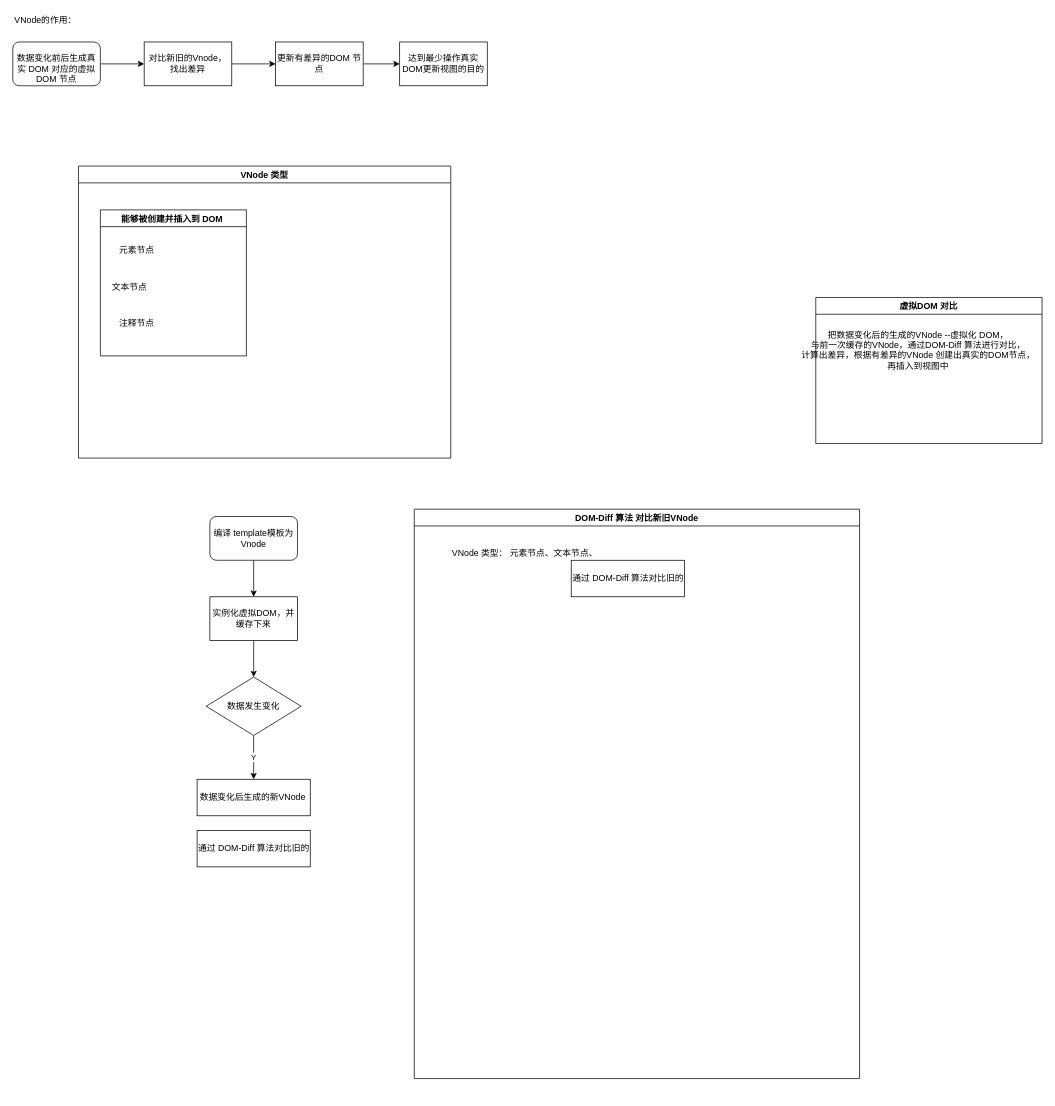
Earlier version of the draw.io diagram Untitled Diagram.drawio (orangegzx/gzx). Source tidied: cells renumbered, new cells numbered last; positions are measured from the earlier drawing's top-left corner, leaving out a move shared by most shapes. Both pictures are drawn from the tidied source at 73%, with x=0, y=0 at pixel (12, 12).
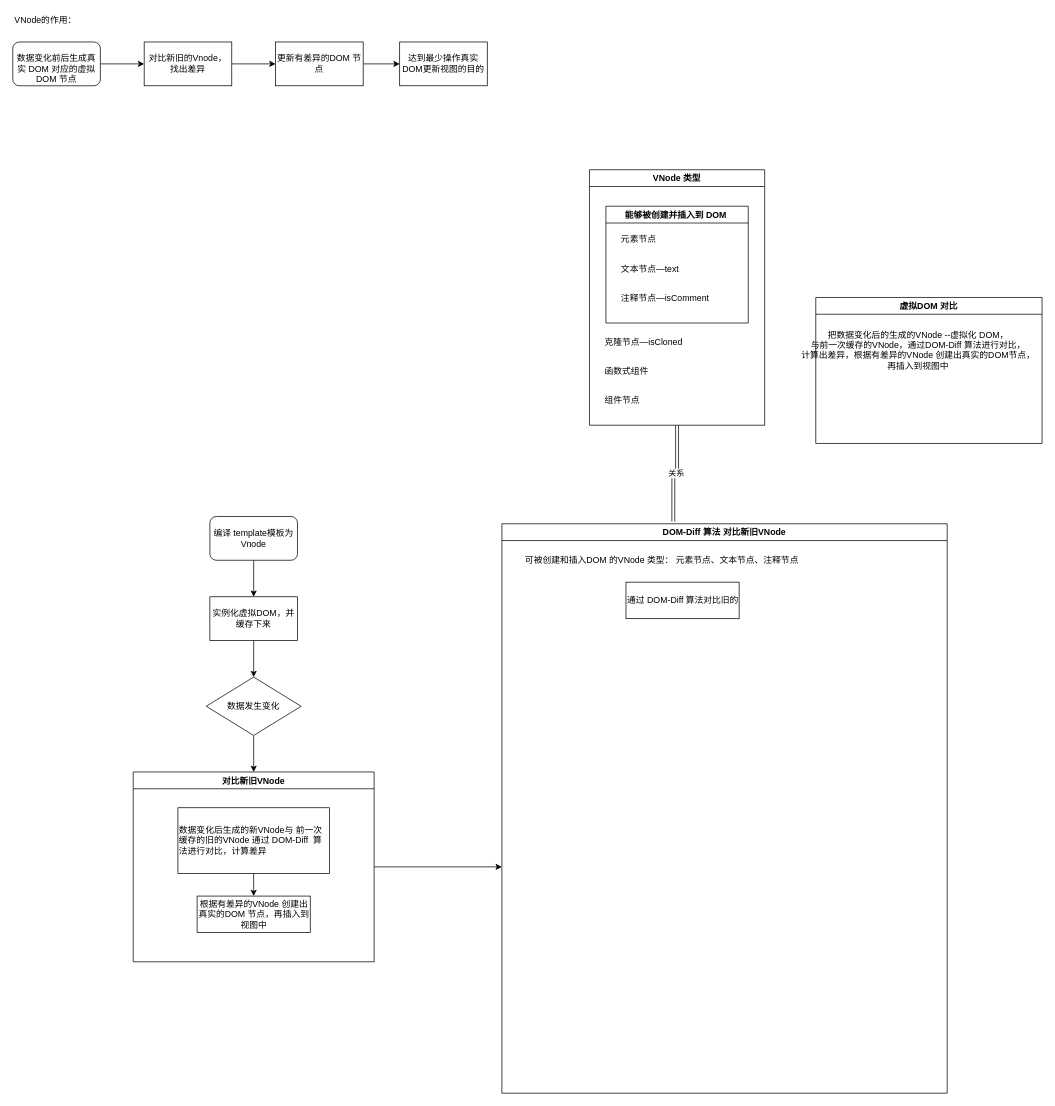
The same page after the edit.

Unchanged cells that the change refers to:
```xml
<mxCell id="9" value="&lt;span&gt;数据发生变化&lt;/span&gt;" style="rhombus;whiteSpace=wrap;html=1;" parent="1" vertex="1">
  <mxGeometry x="265" y="910" width="130" height="80" as="geometry" />
</mxCell>
```

What changed in the source:
```diff
@@
-    <mxCell id="8" value="Y&lt;br&gt;" style="edgeStyle=orthogonalEdgeStyle;rounded=0;jettySize=auto;html=1;entryX=0.5;entryY=0;entryDx=0;entryDy=0;" parent="1" edge="1" source="9">
-      <mxGeometry relative="1" as="geometry">
-        <mxPoint x="330" y="1050" as="targetPoint" />
-      </mxGeometry>
-    </mxCell>
+    <mxCell id="28" style="edgeStyle=orthogonalEdgeStyle;rounded=0;jettySize=auto;html=1;exitX=0.5;exitY=1;exitDx=0;exitDy=0;" parent="1" edge="1" source="9" target="35">
+      <mxGeometry relative="1" as="geometry" />
+    </mxCell>
@@
-    <mxCell id="12" value="数据变化后生成的新VNode&amp;nbsp;" style="rounded=0;whiteSpace=wrap;html=1;" parent="1" vertex="1">
-      <mxGeometry x="252.5" y="1050" width="155" height="50" as="geometry" />
-    </mxCell>
@@
-    <mxCell id="19" value="通过 DOM-Diff 算法对比旧的" style="rounded=0;whiteSpace=wrap;html=1;" parent="1" vertex="1">
-      <mxGeometry x="252.5" y="1120" width="155" height="50" as="geometry" />
-    </mxCell>
     <mxCell id="20" value="DOM-Diff 算法 对比新旧VNode" style="swimlane;" parent="1" vertex="1">
-      <mxGeometry x="550" y="680" width="610" height="780" as="geometry" />
+      <mxGeometry x="670" y="700" width="610" height="780" as="geometry" />
     </mxCell>
     <mxCell id="21" value="通过 DOM-Diff 算法对比旧的" style="rounded=0;whiteSpace=wrap;html=1;align=left;" parent="20" vertex="1">
-      <mxGeometry x="215" y="70" width="155" height="50" as="geometry" />
+      <mxGeometry x="170" y="80" width="155" height="50" as="geometry" />
     </mxCell>
-    <mxCell id="22" value="VNode 类型： 元素节点、文本节点、" style="text;html=1;strokeColor=none;fillColor=none;align=left;verticalAlign=middle;whiteSpace=wrap;rounded=0;" parent="20" vertex="1">
-      <mxGeometry x="50" y="50" width="270" height="20" as="geometry" />
+    <mxCell id="22" value="可被创建和插入DOM 的VNode 类型： 元素节点、文本节点、注释节点" style="text;html=1;strokeColor=none;fillColor=none;align=left;verticalAlign=middle;whiteSpace=wrap;rounded=0;" parent="20" vertex="1">
+      <mxGeometry x="30" y="40" width="520" height="20" as="geometry" />
     </mxCell>
+    <mxCell id="29" style="edgeStyle=orthogonalEdgeStyle;rounded=0;jettySize=auto;html=1;entryX=0.385;entryY=-0.004;entryDx=0;entryDy=0;entryPerimeter=0;shape=link;" parent="1" edge="1" source="23" target="20">
+      <mxGeometry relative="1" as="geometry" />
+    </mxCell>
+    <mxCell id="30" value="关系" style="edgeLabel;html=1;align=center;verticalAlign=middle;" parent="29" vertex="1">
+      <mxGeometry x="-0.05" y="-2" relative="1" as="geometry" />
+    </mxCell>
     <mxCell id="23" value="VNode 类型" style="swimlane;" parent="1" vertex="1">
-      <mxGeometry x="90" y="210" width="510" height="400" as="geometry" />
+      <mxGeometry x="790" y="215" width="240" height="350" as="geometry" />
     </mxCell>
     <mxCell id="24" value="能够被创建并插入到 DOM " style="swimlane;" parent="23" vertex="1">
-      <mxGeometry x="30" y="60" width="200" height="200" as="geometry" />
+      <mxGeometry x="22.5" y="50" width="195" height="160" as="geometry" />
     </mxCell>
     <mxCell id="25" value="元素节点" style="text;strokeColor=none;fillColor=none;align=left;verticalAlign=middle;spacingLeft=4;spacingRight=4;overflow=hidden;" parent="24" vertex="1">
-      <mxGeometry x="20" y="40" width="80" height="30" as="geometry" />
+      <mxGeometry x="15" y="30" width="80" height="30" as="geometry" />
     </mxCell>
-    <mxCell id="26" value="文本节点" style="text;strokeColor=none;fillColor=none;align=left;verticalAlign=middle;spacingLeft=4;spacingRight=4;overflow=hidden;" parent="24" vertex="1">
-      <mxGeometry x="10" y="90" width="80" height="30" as="geometry" />
+    <mxCell id="26" value="文本节点—text" style="text;strokeColor=none;fillColor=none;align=left;verticalAlign=middle;spacingLeft=4;spacingRight=4;overflow=hidden;" parent="24" vertex="1">
+      <mxGeometry x="15" y="70" width="170" height="30" as="geometry" />
     </mxCell>
-    <mxCell id="27" value="注释节点" style="text;strokeColor=none;fillColor=none;align=left;verticalAlign=middle;spacingLeft=4;spacingRight=4;overflow=hidden;" parent="24" vertex="1">
-      <mxGeometry x="20" y="140" width="80" height="30" as="geometry" />
+    <mxCell id="27" value="注释节点—isComment" style="text;strokeColor=none;fillColor=none;align=left;verticalAlign=middle;spacingLeft=4;spacingRight=4;overflow=hidden;" parent="24" vertex="1">
+      <mxGeometry x="15" y="110" width="170" height="30" as="geometry" />
     </mxCell>
+    <mxCell id="31" value="克隆节点—isCloned" style="text;strokeColor=none;fillColor=none;align=left;verticalAlign=middle;spacingLeft=4;spacingRight=4;overflow=hidden;" parent="23" vertex="1">
+      <mxGeometry x="15" y="220" width="170" height="30" as="geometry" />
+    </mxCell>
+    <mxCell id="32" value="函数式组件" style="text;strokeColor=none;fillColor=none;align=left;verticalAlign=middle;spacingLeft=4;spacingRight=4;overflow=hidden;" parent="23" vertex="1">
+      <mxGeometry x="15" y="260" width="170" height="30" as="geometry" />
+    </mxCell>
+    <mxCell id="33" value="组件节点" style="text;strokeColor=none;fillColor=none;align=left;verticalAlign=middle;spacingLeft=4;spacingRight=4;overflow=hidden;" parent="23" vertex="1">
+      <mxGeometry x="15" y="300" width="170" height="30" as="geometry" />
+    </mxCell>
+    <mxCell id="34" style="edgeStyle=orthogonalEdgeStyle;rounded=0;jettySize=auto;html=1;" parent="1" edge="1" source="35">
+      <mxGeometry relative="1" as="geometry">
+        <mxPoint x="670" y="1170" as="targetPoint" />
+      </mxGeometry>
+    </mxCell>
+    <mxCell id="35" value="对比新旧VNode" style="swimlane;" parent="1" vertex="1">
+      <mxGeometry x="165" y="1040" width="330" height="260" as="geometry" />
+    </mxCell>
+    <mxCell id="36" style="edgeStyle=orthogonalEdgeStyle;rounded=0;jettySize=auto;html=1;exitX=0.5;exitY=1;exitDx=0;exitDy=0;entryX=0.5;entryY=0;entryDx=0;entryDy=0;" parent="35" edge="1" source="12" target="19">
+      <mxGeometry relative="1" as="geometry" />
+    </mxCell>
+    <mxCell id="12" value="数据变化后生成的新VNode与 前一次缓存的旧的VNode 通过 DOM-Diff&amp;nbsp; 算法进行对比，计算差异" style="rounded=0;whiteSpace=wrap;html=1;align=left;" parent="35" vertex="1">
+      <mxGeometry x="61.2" y="49" width="207.5" height="90" as="geometry" />
+    </mxCell>
+    <mxCell id="19" value="根据有差异的VNode 创建出真实的DOM 节点，再插入到视图中" style="rounded=0;whiteSpace=wrap;html=1;" parent="35" vertex="1">
+      <mxGeometry x="87.5" y="170" width="155" height="50" as="geometry" />
+    </mxCell>
```
